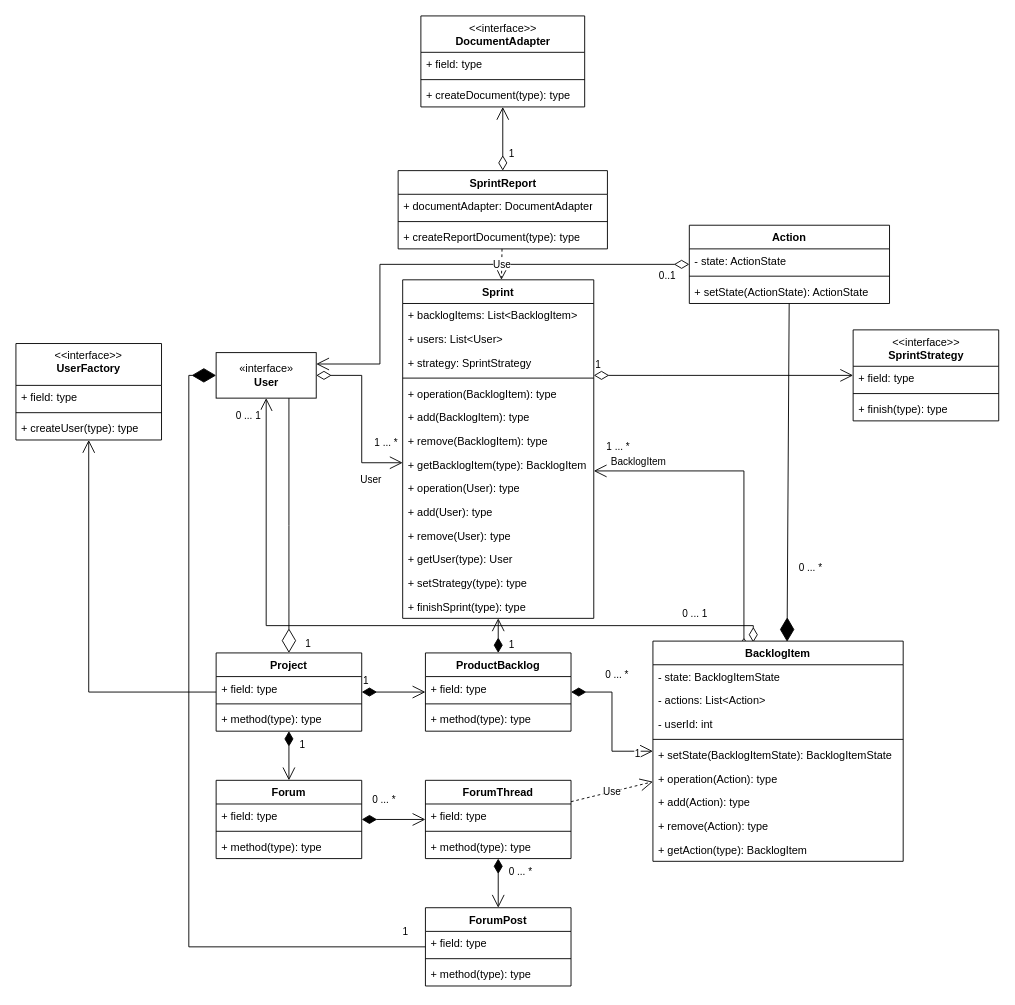
L-Mustang/avansdevops keeps this draw.io diagram as page "UserBacklogItemSprintCompositPattern" (1 of 9) of docs/uml_avansdevops.drawio. Above is the earlier version. Source tidied: cells renumbered, new cells numbered last; positions are measured from the earlier drawing's top-left corner, leaving out a move shared by most shapes. Both pictures are drawn from the tidied source at 91%, with x=0, y=0 at pixel (15, 15).
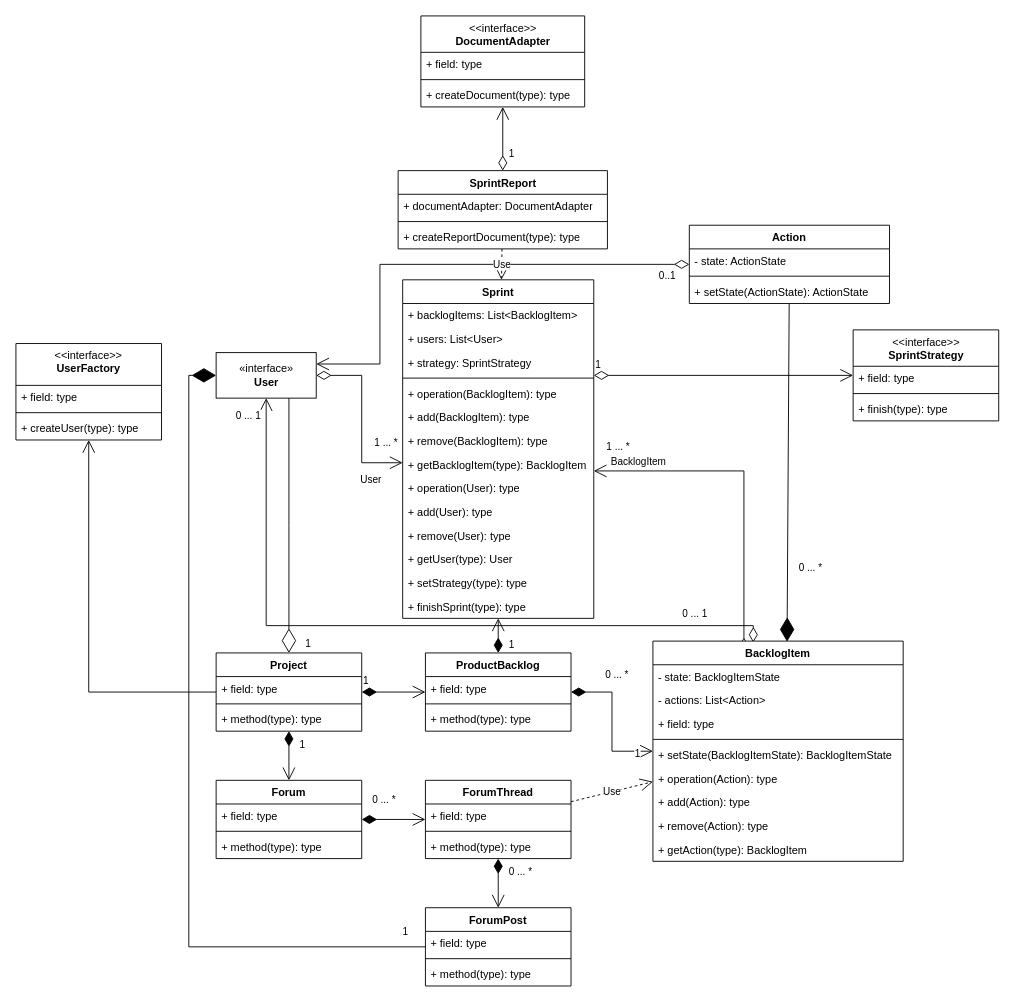
The same diagram, later.

Commit message (it also covers changes not shown here):
Git reset for diagram fix

Unchanged cells that the change refers to:
```xml
<mxCell id="65" value="BacklogItem" style="swimlane;fontStyle=1;align=center;verticalAlign=top;horizontal=1;startSize=26;" parent="1" vertex="1">
  <mxGeometry x="700" y="687" width="275" height="242" as="geometry" />
</mxCell>
```

Change to the diagram source:
```diff
@@
-    <mxCell id="68" value="- userId: int" style="text;strokeColor=none;fillColor=none;align=left;verticalAlign=top;spacingLeft=4;spacingRight=4;overflow=hidden;" parent="65" vertex="1">
-      <mxGeometry y="78" width="275" height="26" as="geometry" />
-    </mxCell>
+    <mxCell id="94" value="+ field: type" style="text;strokeColor=none;fillColor=none;align=left;verticalAlign=top;spacingLeft=4;spacingRight=4;overflow=hidden;" parent="65" vertex="1">
+      <mxGeometry y="78" width="275" height="26" as="geometry" />
+    </mxCell>
```
